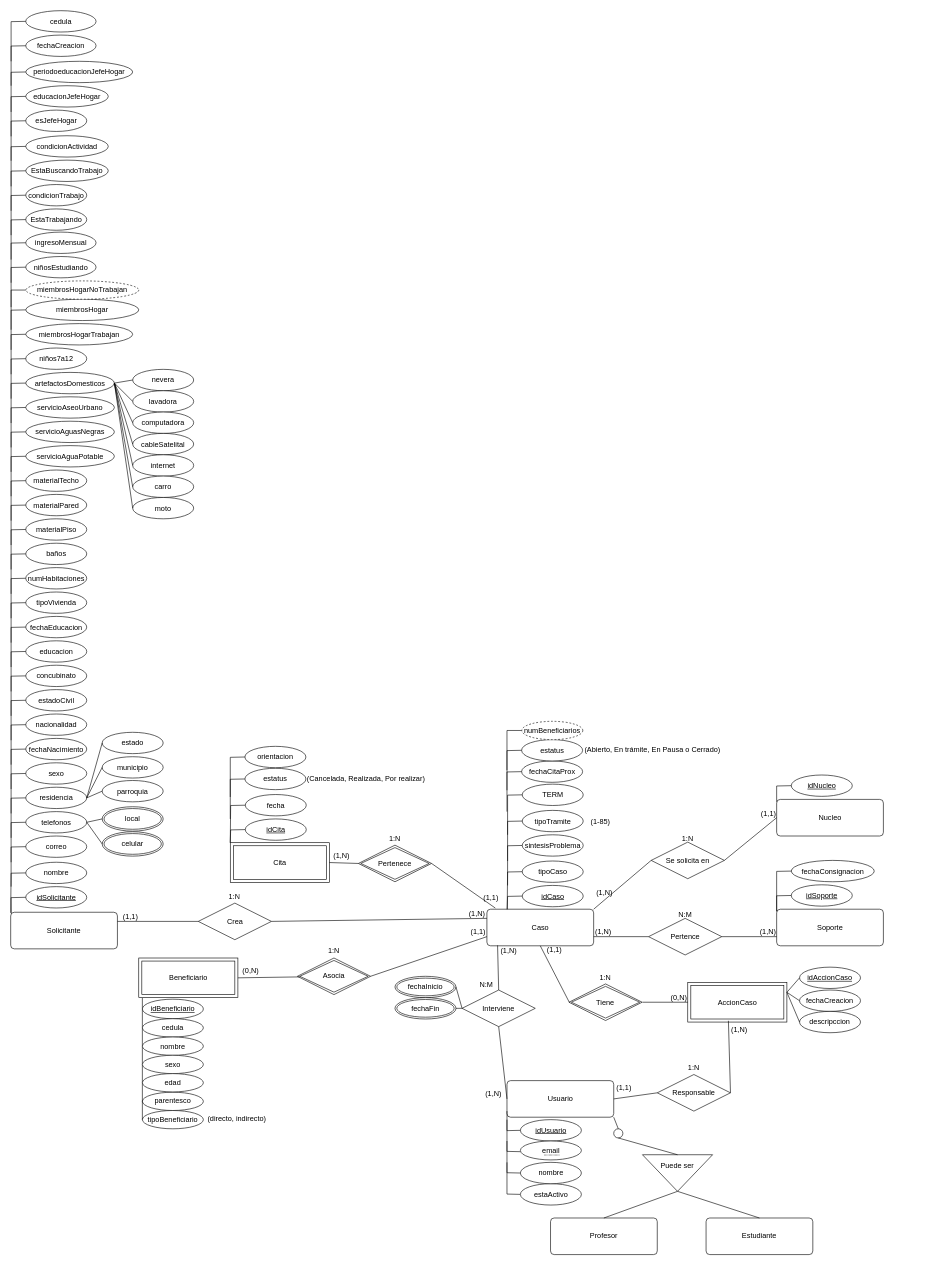
This is page "Diagrama" (1 of 2) of doc/diagramaConceptual.drawio from DanielCarrenoMar/ClinicaJuridica-UCAB, a draw.io file, before an edit. Source tidied: cells renumbered, new cells numbered last; positions are measured from the earlier drawing's top-left corner, leaving out a move shared by most shapes. Both pictures are drawn from the tidied source at 61%, with x=0, y=0 at pixel (10, 10).
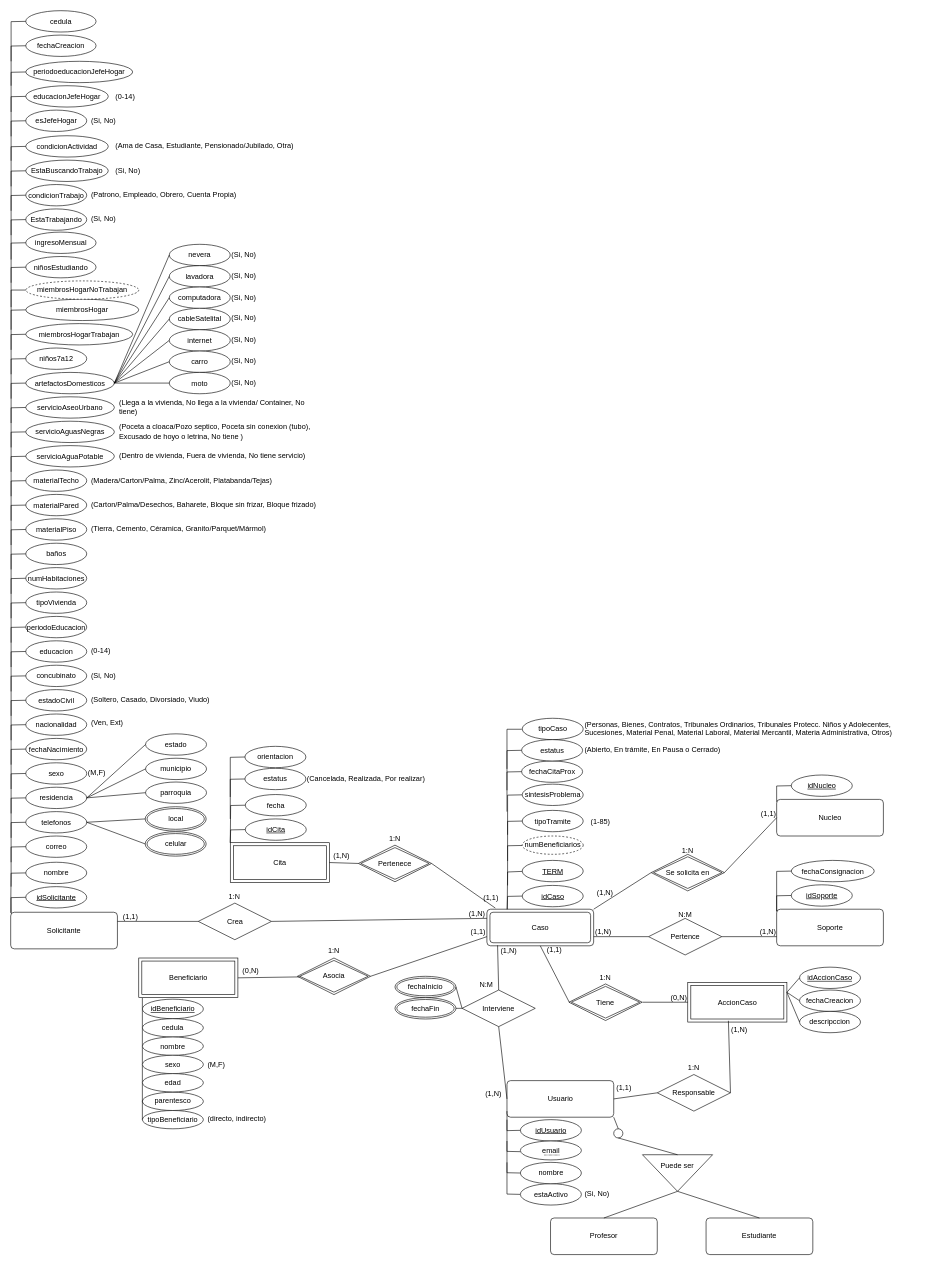
The same diagram, later.

Commit message (it also covers changes not shown here):
doc(diagra Conceptual): dominios y ajustar entidades nucleo y Caso

Diff of the diagram source:
```diff
@@
-    <mxCell id="3" value="Caso" style="rounded=1;arcSize=10;whiteSpace=wrap;html=1;align=center;" parent="1" vertex="1">
+    <mxCell id="3" value="Caso" style="rounded=1;arcSize=10;whiteSpace=wrap;html=1;align=center;shape=ext;margin=3;double=1;" parent="1" vertex="1">
       <mxGeometry x="780.7" y="1473" width="175" height="60" as="geometry" />
     </mxCell>
@@
     <mxCell id="5" value="tipoCaso" style="ellipse;whiteSpace=wrap;html=1;align=center;" parent="1" vertex="1">
-      <mxGeometry x="838.6" y="1394" width="100" height="35" as="geometry" />
+      <mxGeometry x="838.6" y="1160" width="100" height="35" as="geometry" />
     </mxCell>
@@
-    <mxCell id="7" style="endArrow=none;html=1;rounded=0;entryX=0;entryY=0.5;entryDx=0;entryDy=0;" parent="1" edge="1" target="5">
+    <mxCell id="7" style="endArrow=none;html=1;rounded=0;entryX=0;entryY=0.5;entryDx=0;entryDy=0;" parent="1" edge="1">
       <mxGeometry relative="1" as="geometry">
         <mxPoint x="814" y="1473" as="sourcePoint" />
+        <mxPoint x="838.6" y="1411" as="targetPoint" />
         <Array as="points">
           <mxPoint x="814.6" y="1412" />
         </Array>
       </mxGeometry>
     </mxCell>
-    <mxCell id="8" value="sintesisProblema" style="ellipse;whiteSpace=wrap;html=1;align=center;" parent="1" vertex="1">
-      <mxGeometry x="838.6" y="1351" width="100" height="35" as="geometry" />
-    </mxCell>
-    <mxCell id="9" style="endArrow=none;html=1;rounded=0;entryX=0;entryY=0.5;entryDx=0;entryDy=0;exitX=0.003;exitY=0.049;exitDx=0;exitDy=0;exitPerimeter=0;" parent="1" edge="1" target="8">
+    <mxCell id="9" style="endArrow=none;html=1;rounded=0;entryX=0;entryY=0.5;entryDx=0;entryDy=0;exitX=0.003;exitY=0.049;exitDx=0;exitDy=0;exitPerimeter=0;" parent="1" edge="1">
       <mxGeometry relative="1" as="geometry">
         <mxPoint x="814.6" y="1434" as="sourcePoint" />
+        <mxPoint x="838.6" y="1368.5" as="targetPoint" />
         <Array as="points">
           <mxPoint x="814.6" y="1369" />
         </Array>
       </mxGeometry>
     </mxCell>
@@
-    <mxCell id="25" value="TERM" style="ellipse;whiteSpace=wrap;html=1;align=center;" parent="1" vertex="1">
-      <mxGeometry x="838.6" y="1268" width="100" height="35" as="geometry" />
-    </mxCell>
-    <mxCell id="26" style="endArrow=none;html=1;rounded=0;entryX=0;entryY=0.5;entryDx=0;entryDy=0;exitX=0.003;exitY=0.049;exitDx=0;exitDy=0;exitPerimeter=0;" parent="1" edge="1" target="25">
+    <mxCell id="26" style="endArrow=none;html=1;rounded=0;entryX=0;entryY=0.5;entryDx=0;entryDy=0;exitX=0.003;exitY=0.049;exitDx=0;exitDy=0;exitPerimeter=0;" parent="1" edge="1">
       <mxGeometry relative="1" as="geometry">
         <mxPoint x="814.6" y="1351" as="sourcePoint" />
+        <mxPoint x="838.6" y="1285.5" as="targetPoint" />
         <Array as="points">
           <mxPoint x="814.6" y="1286" />
         </Array>
       </mxGeometry>
     </mxCell>
@@
-    <mxCell id="106" value="fechaEducacion" style="ellipse;whiteSpace=wrap;html=1;align=center;" parent="1" vertex="1">
+    <mxCell id="106" value="periodoEducacion" style="ellipse;whiteSpace=wrap;html=1;align=center;" parent="1" vertex="1">
       <mxGeometry x="24.7" y="993" width="100" height="35" as="geometry" />
     </mxCell>
@@
     <mxCell id="154" value="local" style="ellipse;shape=doubleEllipse;margin=3;whiteSpace=wrap;html=1;align=center;" parent="1" vertex="1">
-      <mxGeometry x="150" y="1305" width="100" height="40" as="geometry" />
+      <mxGeometry x="220.5" y="1305" width="100" height="40" as="geometry" />
     </mxCell>
     <mxCell id="155" value="celular" style="ellipse;shape=doubleEllipse;margin=3;whiteSpace=wrap;html=1;align=center;" parent="1" vertex="1">
-      <mxGeometry x="150" y="1346" width="100" height="40" as="geometry" />
+      <mxGeometry x="220.5" y="1346" width="100" height="40" as="geometry" />
     </mxCell>
@@
     <mxCell id="158" value="parroquia" style="ellipse;whiteSpace=wrap;html=1;align=center;" parent="1" vertex="1">
-      <mxGeometry x="150" y="1262" width="100" height="35" as="geometry" />
+      <mxGeometry x="221.1" y="1264.5" width="100" height="35" as="geometry" />
     </mxCell>
     <mxCell id="159" value="municipio" style="ellipse;whiteSpace=wrap;html=1;align=center;" parent="1" vertex="1">
-      <mxGeometry x="150" y="1223" width="100" height="35" as="geometry" />
+      <mxGeometry x="221.1" y="1225.5" width="100" height="35" as="geometry" />
     </mxCell>
     <mxCell id="160" value="estado" style="ellipse;whiteSpace=wrap;html=1;align=center;" parent="1" vertex="1">
-      <mxGeometry x="150" y="1183" width="100" height="35" as="geometry" />
+      <mxGeometry x="221.1" y="1185.5" width="100" height="35" as="geometry" />
     </mxCell>
@@
     <mxCell id="164" value="nevera" style="ellipse;whiteSpace=wrap;html=1;align=center;" parent="1" vertex="1">
-      <mxGeometry x="200" y="588" width="100" height="35" as="geometry" />
+      <mxGeometry x="260" y="383" width="100" height="35" as="geometry" />
     </mxCell>
     <mxCell id="165" value="lavadora" style="ellipse;whiteSpace=wrap;html=1;align=center;" parent="1" vertex="1">
-      <mxGeometry x="200" y="623" width="100" height="35" as="geometry" />
+      <mxGeometry x="260" y="418" width="100" height="35" as="geometry" />
     </mxCell>
     <mxCell id="166" value="computadora" style="ellipse;whiteSpace=wrap;html=1;align=center;" parent="1" vertex="1">
-      <mxGeometry x="200" y="658" width="100" height="35" as="geometry" />
+      <mxGeometry x="260" y="453" width="100" height="35" as="geometry" />
     </mxCell>
     <mxCell id="167" value="cableSatelital" style="ellipse;whiteSpace=wrap;html=1;align=center;" parent="1" vertex="1">
-      <mxGeometry x="200" y="693" width="100" height="35" as="geometry" />
+      <mxGeometry x="260" y="488" width="100" height="35" as="geometry" />
     </mxCell>
     <mxCell id="168" value="internet" style="ellipse;whiteSpace=wrap;html=1;align=center;" parent="1" vertex="1">
-      <mxGeometry x="200" y="728" width="100" height="35" as="geometry" />
+      <mxGeometry x="260" y="523" width="100" height="35" as="geometry" />
     </mxCell>
     <mxCell id="169" value="carro" style="ellipse;whiteSpace=wrap;html=1;align=center;" parent="1" vertex="1">
-      <mxGeometry x="200" y="763" width="100" height="35" as="geometry" />
+      <mxGeometry x="260" y="558" width="100" height="35" as="geometry" />
     </mxCell>
     <mxCell id="170" value="moto" style="ellipse;whiteSpace=wrap;html=1;align=center;" parent="1" vertex="1">
-      <mxGeometry x="200" y="798" width="100" height="35" as="geometry" />
+      <mxGeometry x="260" y="593" width="100" height="35" as="geometry" />
     </mxCell>
@@
     <mxCell id="205" style="endArrow=none;html=1;rounded=0;entryX=0;entryY=0.5;entryDx=0;entryDy=0;exitX=0.003;exitY=0.049;exitDx=0;exitDy=0;exitPerimeter=0;" parent="1" edge="1">
       <mxGeometry relative="1" as="geometry">
-        <mxPoint x="813.6" y="1245" as="sourcePoint" />
-        <mxPoint x="837.9" y="1180" as="targetPoint" />
+        <mxPoint x="813.6" y="1243" as="sourcePoint" />
+        <mxPoint x="837.9" y="1178" as="targetPoint" />
         <Array as="points">
-          <mxPoint x="813.6" y="1180" />
+          <mxPoint x="813.6" y="1178" />
         </Array>
       </mxGeometry>
     </mxCell>
-    <mxCell id="206" value="numBeneficiarios" style="ellipse;whiteSpace=wrap;html=1;align=center;dashed=1;" parent="1" vertex="1">
-      <mxGeometry x="837.9" y="1165" width="100" height="30" as="geometry" />
-    </mxCell>
@@
     <mxCell id="208" style="group;" parent="1" vertex="1">
-      <mxGeometry x="1050" y="1343" width="120" height="80" as="geometry" />
+      <mxGeometry x="1050" y="1363" width="120" height="80" as="geometry" />
     </mxCell>
-    <mxCell id="209" value="Se solicita en" style="shape=rhombus;perimeter=rhombusPerimeter;whiteSpace=wrap;html=1;align=center;" parent="208" vertex="1">
+    <mxCell id="209" value="Se solicita en" style="shape=rhombus;whiteSpace=wrap;html=1;align=center;double=1;perimeter=rhombusPerimeter;" parent="208" vertex="1">
       <mxGeometry y="20" width="120" height="60" as="geometry" />
     </mxCell>
@@
+    <mxCell id="234" value="(Personas, Bienes, Contratos, Tribunales Ordinarios, Tribunales Protecc. Niños y Adolecentes, Sucesiones, Material Penal, Material Laboral, Material Mercantil, Materia Administrativa, Otros)" style="text;whiteSpace=wrap;html=1;" parent="1" vertex="1">
+      <mxGeometry x="938.6" y="1155.5" width="561.4" height="30" as="geometry" />
+    </mxCell>
+    <mxCell id="235" value="(Si, No)" style="text;align=left;verticalAlign=middle;rounded=0;whiteSpace=wrap;html=1;" parent="1" vertex="1">
+      <mxGeometry x="938.6" y="1922" width="51.4" height="36" as="geometry" />
+    </mxCell>
+    <mxCell id="236" value="(M,F)" style="text;align=left;verticalAlign=middle;rounded=0;whiteSpace=wrap;html=1;" parent="1" vertex="1">
+      <mxGeometry x="321.1" y="1709.5" width="51.4" height="36" as="geometry" />
+    </mxCell>
+    <mxCell id="237" value="(M,F)" style="text;align=left;verticalAlign=middle;rounded=0;whiteSpace=wrap;html=1;" parent="1" vertex="1">
+      <mxGeometry x="124.7" y="1232" width="51.4" height="36" as="geometry" />
+    </mxCell>
+    <mxCell id="238" value="(Soltero, Casado, Divorsiado, Viudo)" style="text;align=left;verticalAlign=middle;rounded=0;whiteSpace=wrap;html=1;" parent="1" vertex="1">
+      <mxGeometry x="130" y="1112" width="230" height="36" as="geometry" />
+    </mxCell>
+    <mxCell id="239" value="(Ven, Ext)" style="text;align=left;verticalAlign=middle;rounded=0;whiteSpace=wrap;html=1;" parent="1" vertex="1">
+      <mxGeometry x="130" y="1149.5" width="230" height="36" as="geometry" />
+    </mxCell>
+    <mxCell id="240" value="(Si, No)" style="text;align=left;verticalAlign=middle;rounded=0;whiteSpace=wrap;html=1;" parent="1" vertex="1">
+      <mxGeometry x="130" y="1072" width="230" height="36" as="geometry" />
+    </mxCell>
+    <mxCell id="241" value="(0-14)" style="text;align=left;verticalAlign=middle;rounded=0;whiteSpace=wrap;html=1;" parent="1" vertex="1">
+      <mxGeometry x="130" y="1032" width="230" height="36" as="geometry" />
+    </mxCell>
+    <mxCell id="242" value="(Si, No)" style="text;align=left;verticalAlign=middle;rounded=0;whiteSpace=wrap;html=1;" parent="1" vertex="1">
+      <mxGeometry x="130" y="324" width="230" height="36" as="geometry" />
+    </mxCell>
+    <mxCell id="243" value="(Si, No)" style="text;align=left;verticalAlign=middle;rounded=0;whiteSpace=wrap;html=1;" parent="1" vertex="1">
+      <mxGeometry x="130" y="163" width="230" height="36" as="geometry" />
+    </mxCell>
+    <mxCell id="244" value="(Si, No)" style="text;align=left;verticalAlign=middle;rounded=0;whiteSpace=wrap;html=1;" parent="1" vertex="1">
+      <mxGeometry x="170" y="244" width="230" height="36" as="geometry" />
+    </mxCell>
+    <mxCell id="245" value="(Patrono, Empleado, Obrero, Cuenta Propia)" style="text;align=left;verticalAlign=middle;rounded=0;whiteSpace=wrap;html=1;" parent="1" vertex="1">
+      <mxGeometry x="130" y="284" width="270" height="36" as="geometry" />
+    </mxCell>
+    <mxCell id="246" value="(Ama de Casa, Estudiante, Pensionado/Jubilado, Otra)" style="text;align=left;verticalAlign=middle;rounded=0;whiteSpace=wrap;html=1;" parent="1" vertex="1">
+      <mxGeometry x="170" y="204" width="300" height="36" as="geometry" />
+    </mxCell>
+    <mxCell id="247" value="(Tierra, Cemento, Céramica, Granito/Parquet/Mármol)" style="text;align=left;verticalAlign=middle;rounded=0;whiteSpace=wrap;html=1;" parent="1" vertex="1">
+      <mxGeometry x="130" y="832" width="330" height="36" as="geometry" />
+    </mxCell>
+    <mxCell id="248" value="(Carton/Palma/Desechos, Baharete, Bloque sin frizar, Bloque frizado)" style="text;align=left;verticalAlign=middle;rounded=0;whiteSpace=wrap;html=1;" parent="1" vertex="1">
+      <mxGeometry x="130" y="792" width="400" height="36" as="geometry" />
+    </mxCell>
+    <mxCell id="249" value="(&lt;span style=&quot;color: rgb(0, 0, 0);&quot;&gt;Madera/&lt;/span&gt;Carton/Palma, Zinc/Acerolit, Platabanda/Tejas)" style="text;align=left;verticalAlign=middle;rounded=0;whiteSpace=wrap;html=1;" parent="1" vertex="1">
+      <mxGeometry x="130" y="753" width="400" height="36" as="geometry" />
+    </mxCell>
+    <mxCell id="250" value="(Dentro de vivienda, Fuera de vivienda, No tiene servicio)" style="text;align=left;verticalAlign=middle;rounded=0;whiteSpace=wrap;html=1;" parent="1" vertex="1">
+      <mxGeometry x="176.1" y="712" width="330" height="36" as="geometry" />
+    </mxCell>
+    <mxCell id="251" value="(Poceta a cloaca/Pozo septico, Poceta sin conexion (tubo), Excusado de hoyo o letrina, No tiene )" style="text;align=left;verticalAlign=middle;rounded=0;whiteSpace=wrap;html=1;" parent="1" vertex="1">
+      <mxGeometry x="176.1" y="672" width="330" height="36" as="geometry" />
+    </mxCell>
+    <mxCell id="252" value="(Llega a la vivienda, No llega a la vivienda/ Container, No tiene)" style="text;align=left;verticalAlign=middle;rounded=0;whiteSpace=wrap;html=1;" parent="1" vertex="1">
+      <mxGeometry x="176.1" y="632" width="330" height="36" as="geometry" />
+    </mxCell>
+    <mxCell id="253" value="(Si, No)" style="text;align=left;verticalAlign=middle;rounded=0;whiteSpace=wrap;html=1;" parent="1" vertex="1">
+      <mxGeometry x="360" y="382" width="230" height="36" as="geometry" />
+    </mxCell>
+    <mxCell id="254" value="(Si, No)" style="text;align=left;verticalAlign=middle;rounded=0;whiteSpace=wrap;html=1;" parent="1" vertex="1">
+      <mxGeometry x="360" y="417" width="230" height="36" as="geometry" />
+    </mxCell>
+    <mxCell id="255" value="(Si, No)" style="text;align=left;verticalAlign=middle;rounded=0;whiteSpace=wrap;html=1;" parent="1" vertex="1">
+      <mxGeometry x="360" y="452" width="230" height="36" as="geometry" />
+    </mxCell>
+    <mxCell id="256" value="(Si, No)" style="text;align=left;verticalAlign=middle;rounded=0;whiteSpace=wrap;html=1;" parent="1" vertex="1">
+      <mxGeometry x="360" y="485" width="230" height="36" as="geometry" />
+    </mxCell>
+    <mxCell id="257" value="(Si, No)" style="text;align=left;verticalAlign=middle;rounded=0;whiteSpace=wrap;html=1;" parent="1" vertex="1">
+      <mxGeometry x="360" y="521" width="230" height="36" as="geometry" />
+    </mxCell>
+    <mxCell id="258" value="(Si, No)" style="text;align=left;verticalAlign=middle;rounded=0;whiteSpace=wrap;html=1;" parent="1" vertex="1">
+      <mxGeometry x="360" y="556" width="230" height="36" as="geometry" />
+    </mxCell>
+    <mxCell id="259" value="(Si, No)" style="text;align=left;verticalAlign=middle;rounded=0;whiteSpace=wrap;html=1;" parent="1" vertex="1">
+      <mxGeometry x="360" y="592" width="230" height="36" as="geometry" />
+    </mxCell>
+    <mxCell id="260" value="(0-14)" style="text;align=left;verticalAlign=middle;rounded=0;whiteSpace=wrap;html=1;" parent="1" vertex="1">
+      <mxGeometry x="170" y="123" width="230" height="36" as="geometry" />
+    </mxCell>
+    <mxCell id="25" value="&lt;u&gt;&lt;font style=&quot;color: rgb(0, 0, 0);&quot;&gt;TERM&lt;/font&gt;&lt;/u&gt;" style="ellipse;whiteSpace=wrap;html=1;align=center;" parent="1" vertex="1">
+      <mxGeometry x="838.6" y="1393" width="100" height="35" as="geometry" />
+    </mxCell>
+    <mxCell id="8" value="sintesisProblema" style="ellipse;whiteSpace=wrap;html=1;align=center;" parent="1" vertex="1">
+      <mxGeometry x="838.6" y="1268" width="100" height="35" as="geometry" />
+    </mxCell>
+    <mxCell id="206" value="numBeneficiarios" style="ellipse;whiteSpace=wrap;html=1;align=center;dashed=1;" parent="1" vertex="1">
+      <mxGeometry x="838.6" y="1353" width="100" height="30" as="geometry" />
+    </mxCell>
```
